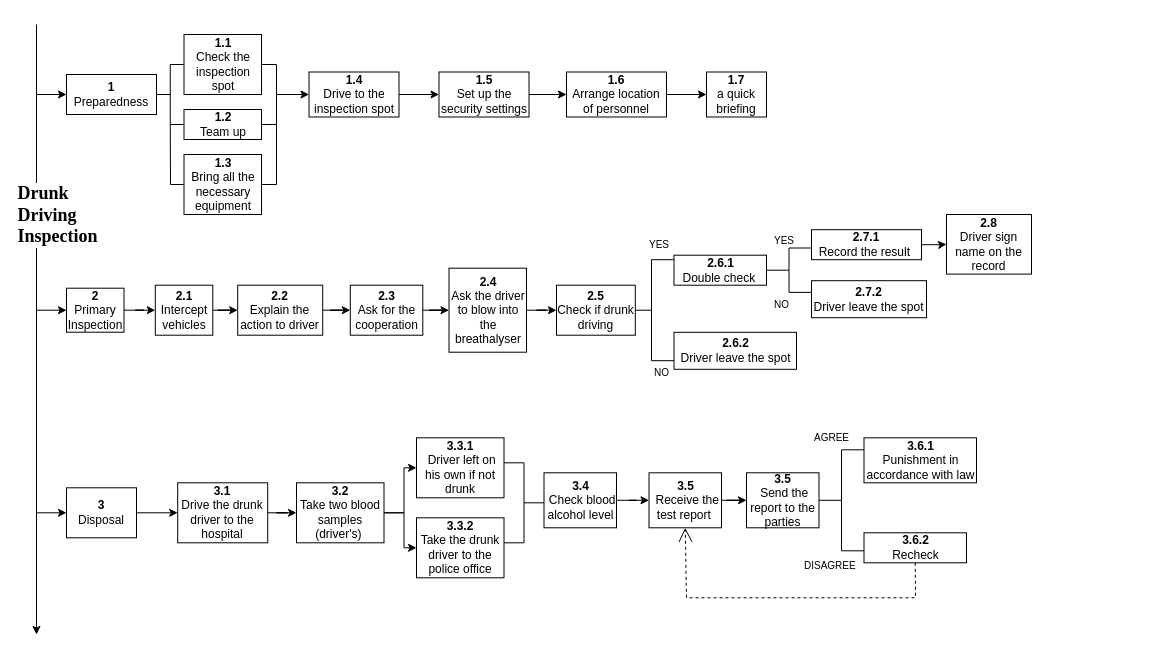
The draw.io diagram page "drunk" (1 of 6) of HTA_serious.drawio in PsychDuan/InfoVisual, before the edit. Source tidied: cells renumbered, new cells numbered last; positions are measured from the earlier drawing's top-left corner, leaving out a move shared by most shapes. Both pictures are drawn from the tidied source at 100%, with x=0, y=0 at pixel (36, 24).
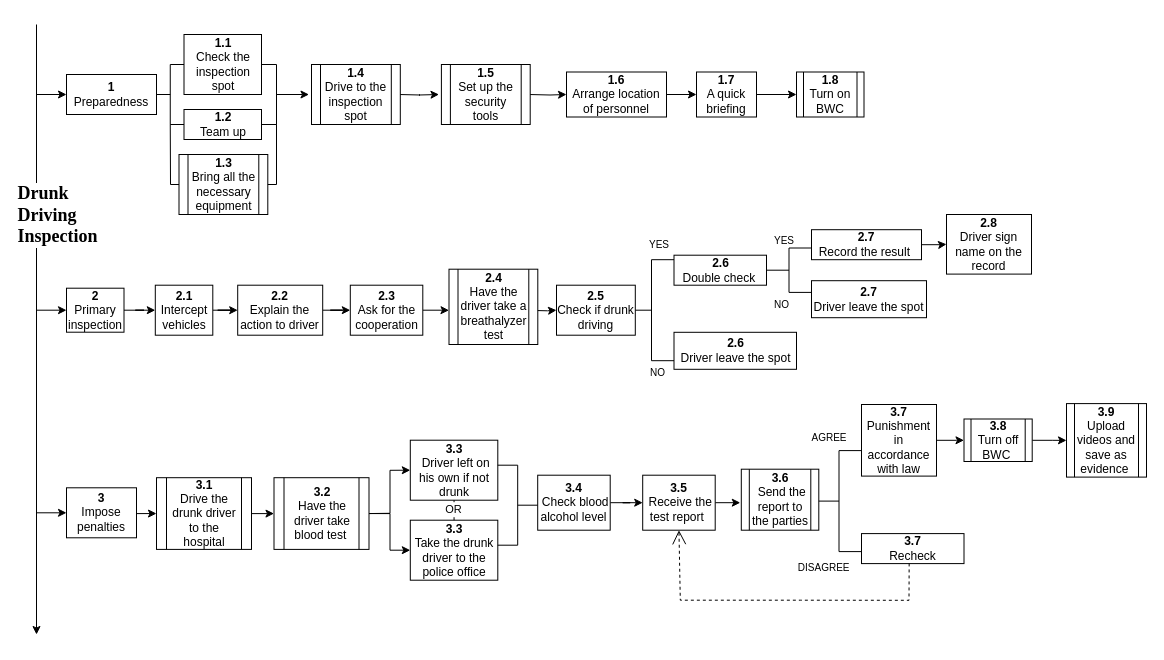
Above is the later version.

Unchanged cells that the change refers to:
```xml
<mxCell id="33" style="strokeWidth=1;html=1;shape=mxgraph.flowchart.annotation_2;align=left;labelPosition=right;" parent="1" vertex="1">
  <mxGeometry x="120" y="40" width="27.5" height="60" as="geometry" />
</mxCell>
<mxCell id="34" value="&lt;b&gt;1.1&lt;/b&gt;&lt;br&gt;Check the inspection spot" style="whiteSpace=wrap;html=1;rounded=0;" parent="1" vertex="1">
  <mxGeometry x="147.5" y="10" width="77.5" height="60" as="geometry" />
</mxCell>
<mxCell id="35" value="&lt;b&gt;1.2&lt;/b&gt;&lt;br&gt;Team up" style="whiteSpace=wrap;html=1;rounded=0;" parent="1" vertex="1">
  <mxGeometry x="147.5" y="85" width="77.5" height="30" as="geometry" />
</mxCell>
<mxCell id="41" value="&lt;b&gt;1.6&lt;/b&gt;&lt;br&gt;Arrange location of personnel" style="whiteSpace=wrap;html=1;rounded=0;" parent="1" vertex="1">
  <mxGeometry x="530" y="47.5" width="100" height="45" as="geometry" />
</mxCell>
<mxCell id="46" value="&lt;b&gt;2.3&lt;/b&gt;&lt;br&gt;Ask for the cooperation" style="rounded=0;whiteSpace=wrap;html=1;" parent="1" vertex="1">
  <mxGeometry x="313.8" y="260.7" width="72.5" height="50" as="geometry" />
</mxCell>
<mxCell id="49" value="&lt;b&gt;2.5&lt;/b&gt;&lt;br&gt;Check if drunk driving" style="rounded=0;whiteSpace=wrap;html=1;" parent="1" vertex="1">
  <mxGeometry x="520" y="260.7" width="78.8" height="50" as="geometry" />
</mxCell>
```

Change to the diagram source:
```diff
@@
-    <mxCell id="7" value="&lt;b&gt;1.3&lt;/b&gt;&lt;br&gt;Bring all the necessary equipment" style="whiteSpace=wrap;html=1;rounded=0;" parent="1" vertex="1">
-      <mxGeometry x="147.5" y="130" width="77.5" height="60" as="geometry" />
-    </mxCell>
-    <mxCell id="8" style="edgeStyle=orthogonalEdgeStyle;rounded=0;jettySize=auto;html=1;" parent="1" edge="1" source="9" target="39">
-      <mxGeometry relative="1" as="geometry" />
+    <mxCell id="8" style="edgeStyle=orthogonalEdgeStyle;rounded=0;orthogonalLoop=1;jettySize=auto;html=1;" parent="1" edge="1">
+      <mxGeometry relative="1" as="geometry">
+        <mxPoint x="362.5" y="70" as="sourcePoint" />
+        <mxPoint x="402.5" y="70" as="targetPoint" />
+      </mxGeometry>
     </mxCell>
-    <mxCell id="9" value="&lt;b&gt;1.4&lt;/b&gt;&lt;br&gt;Drive to the inspection spot" style="whiteSpace=wrap;html=1;rounded=0;" parent="1" vertex="1">
-      <mxGeometry x="272.5" y="47.5" width="90" height="45" as="geometry" />
-    </mxCell>
-    <mxCell id="10" value="&lt;b&gt;2&lt;br&gt;&lt;/b&gt;Primary&lt;br&gt;Inspection" style="whiteSpace=wrap;html=1;rounded=0;" parent="1" vertex="1">
+    <mxCell id="10" value="&lt;b&gt;2&lt;br&gt;&lt;/b&gt;Primary&lt;br&gt;inspection" style="whiteSpace=wrap;html=1;rounded=0;" parent="1" vertex="1">
       <mxGeometry x="30" y="263.7" width="57.5" height="44" as="geometry" />
     </mxCell>
@@
-    <mxCell id="12" style="edgeStyle=orthogonalEdgeStyle;rounded=0;jettySize=auto;html=1;" parent="1" edge="1" source="13" target="18">
-      <mxGeometry relative="1" as="geometry" />
-    </mxCell>
-    <mxCell id="13" value="&lt;b&gt;3&lt;/b&gt;&lt;br&gt;Disposal" style="rounded=0;whiteSpace=wrap;html=1;" parent="1" vertex="1">
+    <mxCell id="13" value="&lt;b&gt;3&lt;/b&gt;&lt;br&gt;Impose penalties" style="rounded=0;whiteSpace=wrap;html=1;" parent="1" vertex="1">
       <mxGeometry x="30" y="463.3" width="70" height="50" as="geometry" />
     </mxCell>
@@
-    <mxCell id="16" value="&lt;b&gt;2.6.1&lt;/b&gt;&lt;br&gt;Double check&amp;nbsp;" style="rounded=0;whiteSpace=wrap;html=1;" parent="1" vertex="1">
+    <mxCell id="16" value="&lt;b&gt;2.6&lt;/b&gt;&lt;br&gt;Double check&amp;nbsp;" style="rounded=0;whiteSpace=wrap;html=1;" parent="1" vertex="1">
       <mxGeometry x="637.5" y="230.7" width="92.5" height="30" as="geometry" />
     </mxCell>
-    <mxCell id="17" style="edgeStyle=orthogonalEdgeStyle;rounded=0;jettySize=auto;html=1;fontSize=10;" parent="1" edge="1" source="18" target="31">
-      <mxGeometry relative="1" as="geometry" />
+    <mxCell id="17" style="edgeStyle=orthogonalEdgeStyle;rounded=0;orthogonalLoop=1;jettySize=auto;html=1;fontSize=10;" parent="1" edge="1">
+      <mxGeometry relative="1" as="geometry">
+        <mxPoint x="208.8" y="489.1" as="sourcePoint" />
+        <mxPoint x="237.5" y="489.1" as="targetPoint" />
+      </mxGeometry>
     </mxCell>
-    <mxCell id="18" value="&lt;b&gt;3.1&lt;/b&gt;&lt;br&gt;Drive the drunk driver to the hospital" style="rounded=0;whiteSpace=wrap;html=1;" parent="1" vertex="1">
-      <mxGeometry x="141.2" y="458.3" width="90" height="60" as="geometry" />
-    </mxCell>
@@
     <mxCell id="25" style="shape=table;startSize=0;childLayout=tableLayout;rowLines=0;fontStyle=0;align=center;strokeColor=none;fillColor=none;" parent="1" vertex="1">
-      <mxGeometry x="570" y="335.4" width="70" height="25.3" as="geometry" />
+      <mxGeometry x="566" y="335.4" width="70" height="25.3" as="geometry" />
     </mxCell>
@@
-    <mxCell id="29" value="&lt;b&gt;2.6.2&lt;/b&gt;&lt;br&gt;Driver leave the spot" style="rounded=0;whiteSpace=wrap;html=1;" parent="1" vertex="1">
+    <mxCell id="29" value="&lt;b&gt;2.6&lt;/b&gt;&lt;br&gt;Driver leave the spot" style="rounded=0;whiteSpace=wrap;html=1;" parent="1" vertex="1">
       <mxGeometry x="637.5" y="307.8" width="122.5" height="37" as="geometry" />
     </mxCell>
-    <mxCell id="30" style="edgeStyle=orthogonalEdgeStyle;rounded=0;jettySize=auto;html=1;" parent="1" edge="1" source="31" target="63">
-      <mxGeometry relative="1" as="geometry" />
-    </mxCell>
-    <mxCell id="31" value="&lt;b&gt;3.2&lt;/b&gt;&lt;br&gt;Take two blood samples (driver's)&amp;nbsp;" style="rounded=0;whiteSpace=wrap;html=1;" parent="1" vertex="1">
-      <mxGeometry x="260" y="458.3" width="87.5" height="60" as="geometry" />
-    </mxCell>
-    <mxCell id="32" style="endArrow=classic;html=1;rounded=0;entryX=0;entryY=0.5;entryDx=0;entryDy=0;exitX=1;exitY=0.5;exitDx=0;exitDy=0;" parent="1" edge="1" source="35" target="9">
+    <mxCell id="32" style="endArrow=classic;html=1;rounded=0;entryX=0;entryY=0.5;entryDx=0;entryDy=0;exitX=1;exitY=0.5;exitDx=0;exitDy=0;" parent="1" edge="1" source="35">
       <mxGeometry relative="1" as="geometry">
+        <mxPoint x="272.5" y="70" as="targetPoint" />
         <Array as="points">
           <mxPoint x="240" y="100" />
           <mxPoint x="240" y="70" />
         </Array>
       </mxGeometry>
     </mxCell>
@@
-    <mxCell id="36" style="endArrow=none;html=1;rounded=0;entryX=0;entryY=0.5;entryDx=0;entryDy=0;exitX=0.5;exitY=1;exitDx=0;exitDy=0;exitPerimeter=0;" parent="1" edge="1" source="33" target="7">
+    <mxCell id="36" style="endArrow=none;html=1;rounded=0;entryX=0;entryY=0.5;entryDx=0;entryDy=0;exitX=0.5;exitY=1;exitDx=0;exitDy=0;exitPerimeter=0;" parent="1" edge="1" source="33">
       <mxGeometry relative="1" as="geometry">
+        <mxPoint x="147.5" y="160" as="targetPoint" />
         <Array as="points">
           <mxPoint x="134" y="160" />
         </Array>
       </mxGeometry>
     </mxCell>
-    <mxCell id="37" style="endArrow=none;html=1;rounded=0;exitX=1;exitY=0.5;exitDx=0;exitDy=0;entryX=1;entryY=0.5;entryDx=0;entryDy=0;" parent="1" edge="1" source="7" target="34">
+    <mxCell id="37" style="endArrow=none;html=1;rounded=0;exitX=1;exitY=0.5;exitDx=0;exitDy=0;entryX=1;entryY=0.5;entryDx=0;entryDy=0;" parent="1" edge="1" target="34">
       <mxGeometry relative="1" as="geometry">
+        <mxPoint x="225" y="160" as="sourcePoint" />
         <Array as="points">
           <mxPoint x="240" y="160" />
           <mxPoint x="240" y="100" />
           <mxPoint x="240" y="40" />
         </Array>
       </mxGeometry>
     </mxCell>
-    <mxCell id="38" style="edgeStyle=orthogonalEdgeStyle;rounded=0;jettySize=auto;html=1;" parent="1" edge="1" source="39" target="41">
-      <mxGeometry relative="1" as="geometry" />
+    <mxCell id="38" style="edgeStyle=orthogonalEdgeStyle;rounded=0;jettySize=auto;html=1;" parent="1" edge="1" target="41">
+      <mxGeometry relative="1" as="geometry">
+        <mxPoint x="492.5" y="70" as="sourcePoint" />
+      </mxGeometry>
     </mxCell>
-    <mxCell id="39" value="&lt;b&gt;1.5&lt;/b&gt;&lt;br&gt;Set up the security settings" style="whiteSpace=wrap;html=1;rounded=0;" parent="1" vertex="1">
-      <mxGeometry x="402.5" y="47.5" width="90" height="45" as="geometry" />
-    </mxCell>
@@
+    <mxCell id="84" style="edgeStyle=orthogonalEdgeStyle;rounded=0;jettySize=auto;html=1;" parent="1" edge="1" source="42" target="88">
+      <mxGeometry relative="1" as="geometry" />
+    </mxCell>
-    <mxCell id="42" value="&lt;b&gt;1.7&lt;/b&gt;&lt;br&gt;a quick briefing" style="whiteSpace=wrap;html=1;rounded=0;" parent="1" vertex="1">
-      <mxGeometry x="670" y="47.5" width="60" height="45" as="geometry" />
+    <mxCell id="42" value="&lt;b&gt;1.7&lt;/b&gt;&lt;br&gt;A quick briefing" style="whiteSpace=wrap;html=1;rounded=0;" parent="1" vertex="1">
+      <mxGeometry x="660" y="47.5" width="60" height="45" as="geometry" />
     </mxCell>
@@
-    <mxCell id="45" style="edgeStyle=orthogonalEdgeStyle;rounded=0;jettySize=auto;html=1;" parent="1" edge="1" source="46" target="48">
-      <mxGeometry relative="1" as="geometry" />
+    <mxCell id="45" style="edgeStyle=orthogonalEdgeStyle;rounded=0;jettySize=auto;html=1;" parent="1" edge="1" source="46">
+      <mxGeometry relative="1" as="geometry">
+        <mxPoint x="412.5" y="285.8" as="targetPoint" />
+      </mxGeometry>
     </mxCell>
@@
-    <mxCell id="47" style="edgeStyle=orthogonalEdgeStyle;rounded=0;jettySize=auto;html=1;" parent="1" edge="1" source="48" target="49">
-      <mxGeometry relative="1" as="geometry" />
+    <mxCell id="47" style="edgeStyle=orthogonalEdgeStyle;rounded=0;jettySize=auto;html=1;" parent="1" edge="1" target="49">
+      <mxGeometry relative="1" as="geometry">
+        <mxPoint x="490" y="285.8" as="sourcePoint" />
+      </mxGeometry>
     </mxCell>
-    <mxCell id="48" value="&lt;b&gt;2.4&lt;/b&gt;&lt;br&gt;Ask the driver to blow into the breathalyser" style="rounded=0;whiteSpace=wrap;html=1;" parent="1" vertex="1">
-      <mxGeometry x="412.5" y="243.7" width="77.5" height="84" as="geometry" />
-    </mxCell>
@@
-    <mxCell id="51" value="&lt;b&gt;2.7.1&lt;/b&gt;&lt;br&gt;Record the result&amp;nbsp;" style="rounded=0;whiteSpace=wrap;html=1;" parent="1" vertex="1">
+    <mxCell id="51" value="&lt;b&gt;2.7&lt;/b&gt;&lt;br&gt;Record the result&amp;nbsp;" style="rounded=0;whiteSpace=wrap;html=1;" parent="1" vertex="1">
       <mxGeometry x="775" y="205.2" width="110" height="30" as="geometry" />
     </mxCell>
@@
-    <mxCell id="62" value="&lt;b&gt;2.7.2&lt;/b&gt;&lt;br&gt;Driver leave the spot" style="rounded=0;whiteSpace=wrap;html=1;" parent="1" vertex="1">
+    <mxCell id="62" value="&lt;b&gt;2.7&lt;/b&gt;&lt;br&gt;Driver leave the spot" style="rounded=0;whiteSpace=wrap;html=1;" parent="1" vertex="1">
       <mxGeometry x="775" y="256.2" width="115" height="37" as="geometry" />
     </mxCell>
-    <mxCell id="63" value="&lt;b&gt;3.3.1&lt;/b&gt;&lt;br&gt;&amp;nbsp;Driver left on his own if not drunk" style="rounded=0;whiteSpace=wrap;html=1;" parent="1" vertex="1">
-      <mxGeometry x="380" y="413.3" width="87.5" height="60" as="geometry" />
+    <mxCell id="63" value="&lt;b&gt;3.3&lt;/b&gt;&lt;br&gt;&amp;nbsp;Driver left on his own if not drunk" style="rounded=0;whiteSpace=wrap;html=1;" parent="1" vertex="1">
+      <mxGeometry x="373.8" y="415.7" width="87.5" height="60" as="geometry" />
     </mxCell>
-    <mxCell id="64" value="&lt;b&gt;3.3.2&lt;/b&gt;&lt;br&gt;Take the drunk driver to the police office" style="rounded=0;whiteSpace=wrap;html=1;" parent="1" vertex="1">
-      <mxGeometry x="380" y="493.3" width="87.5" height="60" as="geometry" />
+    <mxCell id="64" value="&lt;b&gt;3.3&lt;/b&gt;&lt;br&gt;Take the drunk driver to the police office" style="rounded=0;whiteSpace=wrap;html=1;" parent="1" vertex="1">
+      <mxGeometry x="373.8" y="495.7" width="87.5" height="60" as="geometry" />
     </mxCell>
-    <mxCell id="65" style="edgeStyle=orthogonalEdgeStyle;rounded=0;jettySize=auto;html=1;entryX=0;entryY=0.5;entryDx=0;entryDy=0;exitX=1;exitY=0.5;exitDx=0;exitDy=0;" parent="1" edge="1" source="31" target="64">
-      <mxGeometry relative="1" as="geometry" />
+    <mxCell id="65" style="edgeStyle=orthogonalEdgeStyle;rounded=0;jettySize=auto;html=1;entryX=0;entryY=0.5;entryDx=0;entryDy=0;exitX=1;exitY=0.5;exitDx=0;exitDy=0;" parent="1" edge="1" source="89" target="64">
+      <mxGeometry relative="1" as="geometry">
+        <Array as="points">
+          <mxPoint x="353.5" y="488.8" />
+          <mxPoint x="353.5" y="525.8" />
+        </Array>
+      </mxGeometry>
     </mxCell>
@@
     <mxCell id="67" value="&lt;b&gt;3.4&lt;/b&gt;&lt;br&gt;&amp;nbsp;Check blood alcohol level" style="rounded=0;whiteSpace=wrap;html=1;" parent="1" vertex="1">
-      <mxGeometry x="507.5" y="448.3" width="72.5" height="55" as="geometry" />
+      <mxGeometry x="501.2" y="450.7" width="72.5" height="55" as="geometry" />
     </mxCell>
+    <mxCell id="85" style="edgeStyle=orthogonalEdgeStyle;rounded=0;jettySize=auto;html=1;" parent="1" edge="1" source="68" target="93">
+      <mxGeometry relative="1" as="geometry" />
+    </mxCell>
-    <mxCell id="68" value="&lt;b&gt;3.6.1&lt;/b&gt;&lt;br&gt;Punishment in accordance with law" style="rounded=0;whiteSpace=wrap;html=1;" parent="1" vertex="1">
-      <mxGeometry x="827.5" y="413.3" width="112.5" height="45" as="geometry" />
+    <mxCell id="68" value="&lt;b&gt;3.7&lt;/b&gt;&lt;br&gt;Punishment in accordance with law" style="rounded=0;whiteSpace=wrap;html=1;" parent="1" vertex="1">
+      <mxGeometry x="825" y="380" width="75" height="71.6" as="geometry" />
     </mxCell>
     <mxCell id="69" style="strokeWidth=1;html=1;shape=mxgraph.flowchart.annotation_2;align=left;labelPosition=right;rotation=-180;" parent="1" vertex="1">
-      <mxGeometry x="467.5" y="438.3" width="40" height="80" as="geometry" />
+      <mxGeometry x="461.2" y="440.7" width="40" height="80" as="geometry" />
     </mxCell>
-    <mxCell id="70" style="edgeStyle=orthogonalEdgeStyle;rounded=0;jettySize=auto;html=1;" parent="1" edge="1" source="71" target="72">
-      <mxGeometry relative="1" as="geometry" />
+    <mxCell id="70" style="edgeStyle=orthogonalEdgeStyle;rounded=0;jettySize=auto;html=1;" parent="1" edge="1" source="71">
+      <mxGeometry relative="1" as="geometry">
+        <mxPoint x="703.8" y="478.2" as="targetPoint" />
+      </mxGeometry>
     </mxCell>
     <mxCell id="71" value="&lt;b&gt;3.5&lt;/b&gt;&lt;br&gt;&amp;nbsp;Receive the test report&amp;nbsp;" style="rounded=0;whiteSpace=wrap;html=1;" parent="1" vertex="1">
-      <mxGeometry x="612.5" y="448.3" width="72.5" height="55" as="geometry" />
+      <mxGeometry x="606.2" y="450.7" width="72.5" height="55" as="geometry" />
     </mxCell>
-    <mxCell id="72" value="&lt;b&gt;3.5&lt;/b&gt;&lt;br&gt;&amp;nbsp;Send the report to the parties" style="rounded=0;whiteSpace=wrap;html=1;" parent="1" vertex="1">
-      <mxGeometry x="710" y="448.3" width="72.5" height="55" as="geometry" />
-    </mxCell>
     <mxCell id="73" style="strokeWidth=1;html=1;shape=mxgraph.flowchart.annotation_2;align=left;labelPosition=right;" parent="1" vertex="1">
-      <mxGeometry x="782.5" y="425.3" width="45" height="101" as="geometry" />
+      <mxGeometry x="780" y="426.1" width="45" height="101" as="geometry" />
     </mxCell>
     <mxCell id="74" style="shape=table;startSize=0;childLayout=tableLayout;rowLines=0;fontStyle=0;align=center;strokeColor=none;fillColor=none;" parent="1" vertex="1">
-      <mxGeometry x="730" y="400" width="110" height="25.3" as="geometry" />
+      <mxGeometry x="727.5" y="400.8" width="110" height="25.3" as="geometry" />
     </mxCell>
@@
-    <mxCell id="78" value="&lt;b&gt;3.6.2&lt;/b&gt;&lt;br&gt;Recheck" style="rounded=0;whiteSpace=wrap;html=1;" parent="1" vertex="1">
-      <mxGeometry x="827.5" y="508.3" width="102.5" height="30" as="geometry" />
+    <mxCell id="78" value="&lt;b&gt;3.7&lt;/b&gt;&lt;br&gt;Recheck" style="rounded=0;whiteSpace=wrap;html=1;" parent="1" vertex="1">
+      <mxGeometry x="825" y="509.1" width="102.5" height="30" as="geometry" />
     </mxCell>
     <mxCell id="79" style="shape=table;startSize=0;childLayout=tableLayout;rowLines=0;fontStyle=0;align=center;strokeColor=none;fillColor=none;" parent="1" vertex="1">
-      <mxGeometry x="740" y="528" width="110" height="25.3" as="geometry" />
+      <mxGeometry x="733.8" y="530.5" width="110" height="25.3" as="geometry" />
     </mxCell>
@@
-    <mxCell id="83" style="endArrow=open;endFill=1;endSize=12;html=1;rounded=0;dashed=1;exitX=0.5;exitY=1;exitDx=0;exitDy=0;entryX=0.5;entryY=1;entryDx=0;entryDy=0;" parent="1" edge="1" source="78" target="71">
+    <mxCell id="83" style="endArrow=open;endFill=1;endSize=12;html=1;rounded=0;dashed=1;exitX=0.465;exitY=0.995;exitDx=0;exitDy=0;entryX=0.5;entryY=1;entryDx=0;entryDy=0;exitPerimeter=0;" parent="1" edge="1" source="78" target="71">
       <mxGeometry relative="1" as="geometry">
         <Array as="points">
-          <mxPoint x="879" y="573.3" />
-          <mxPoint x="770" y="573.3" />
-          <mxPoint x="650" y="573.3" />
+          <mxPoint x="872.5" y="575.8" />
+          <mxPoint x="763.8" y="575.7" />
+          <mxPoint x="643.8" y="575.7" />
         </Array>
       </mxGeometry>
     </mxCell>
+    <mxCell id="7" value="&lt;b&gt;1.3&lt;/b&gt;&lt;br&gt;&lt;span&gt;Bring all the necessary equipment&lt;/span&gt;" style="shape=process;whiteSpace=wrap;html=1;backgroundOutline=1;strokeColor=#000000;fillColor=#FFFFFF;" parent="1" vertex="1">
+      <mxGeometry x="142.5" y="130" width="88.8" height="60" as="geometry" />
+    </mxCell>
+    <mxCell id="9" value="&lt;b&gt;1.4&lt;/b&gt;&lt;br&gt;Drive to the inspection spot" style="shape=process;whiteSpace=wrap;html=1;backgroundOutline=1;strokeColor=#000000;fillColor=#FFFFFF;" parent="1" vertex="1">
+      <mxGeometry x="275" y="40" width="88.8" height="60" as="geometry" />
+    </mxCell>
+    <mxCell id="86" value="&lt;b&gt;1.5&lt;/b&gt;&lt;br&gt;Set up the security tools" style="shape=process;whiteSpace=wrap;html=1;backgroundOutline=1;strokeColor=#000000;fillColor=#FFFFFF;" parent="1" vertex="1">
+      <mxGeometry x="404.9" y="40" width="88.8" height="60" as="geometry" />
+    </mxCell>
+    <mxCell id="87" value="&lt;b&gt;2.4&lt;/b&gt;&lt;br&gt;Have the driver take a breathalyzer test" style="shape=process;whiteSpace=wrap;html=1;backgroundOutline=1;strokeColor=#000000;fillColor=#FFFFFF;" parent="1" vertex="1">
+      <mxGeometry x="412.5" y="244.7" width="88.8" height="75.3" as="geometry" />
+    </mxCell>
+    <mxCell id="88" value="&lt;b&gt;1.8&lt;/b&gt;&lt;br&gt;Turn on BWC" style="shape=process;whiteSpace=wrap;html=1;backgroundOutline=1;strokeColor=#000000;fillColor=#FFFFFF;" parent="1" vertex="1">
+      <mxGeometry x="760" y="47.5" width="67.5" height="45" as="geometry" />
+    </mxCell>
+    <mxCell id="18" value="&lt;b&gt;3.1&lt;/b&gt;&lt;br&gt;&lt;span&gt;Drive the drunk driver to the hospital&lt;/span&gt;" style="shape=process;whiteSpace=wrap;html=1;backgroundOutline=1;strokeColor=#000000;fillColor=#FFFFFF;" parent="1" vertex="1">
+      <mxGeometry x="120" y="453.2" width="95" height="71.7" as="geometry" />
+    </mxCell>
+    <mxCell id="89" value="&lt;b&gt;3.2&lt;/b&gt;&lt;br&gt;Have the driver take blood test&amp;nbsp;" style="shape=process;whiteSpace=wrap;html=1;backgroundOutline=1;strokeColor=#000000;fillColor=#FFFFFF;" parent="1" vertex="1">
+      <mxGeometry x="237.5" y="453.2" width="95" height="71.7" as="geometry" />
+    </mxCell>
+    <mxCell id="90" style="endArrow=classic;html=1;rounded=0;entryX=0;entryY=0.5;entryDx=0;entryDy=0;exitX=1;exitY=0.5;exitDx=0;exitDy=0;" parent="1" edge="1" source="89" target="63">
+      <mxGeometry relative="1" as="geometry">
+        <Array as="points">
+          <mxPoint x="353.5" y="488.8" />
+          <mxPoint x="353.5" y="445.8" />
+        </Array>
+      </mxGeometry>
+    </mxCell>
+    <mxCell id="91" value="&lt;b&gt;3.6&lt;/b&gt;&lt;br&gt;&lt;span&gt;&amp;nbsp;Send the report to the parties&lt;/span&gt;" style="shape=process;whiteSpace=wrap;html=1;backgroundOutline=1;strokeColor=#000000;fillColor=#FFFFFF;" parent="1" vertex="1">
+      <mxGeometry x="704.8" y="444.7" width="77.5" height="61" as="geometry" />
+    </mxCell>
+    <mxCell id="92" style="edgeStyle=orthogonalEdgeStyle;rounded=0;jettySize=auto;html=1;" parent="1" edge="1" source="93" target="94">
+      <mxGeometry relative="1" as="geometry" />
+    </mxCell>
+    <mxCell id="93" value="&lt;b&gt;3.8&lt;/b&gt;&lt;br&gt;Turn off BWC&amp;nbsp;" style="shape=process;whiteSpace=wrap;html=1;backgroundOutline=1;strokeColor=#000000;fillColor=#FFFFFF;" parent="1" vertex="1">
+      <mxGeometry x="927.5" y="394.5" width="68.2" height="42.5" as="geometry" />
+    </mxCell>
+    <mxCell id="12" style="endArrow=classic;html=1;rounded=0;entryX=0;entryY=0.5;entryDx=0;entryDy=0;exitX=1;exitY=0.516;exitDx=0;exitDy=0;exitPerimeter=0;" parent="1" edge="1" source="13" target="18">
+      <mxGeometry relative="1" as="geometry" />
+    </mxCell>
+    <mxCell id="94" value="&lt;b&gt;3.9&lt;/b&gt;&lt;br&gt;Upload videos and save as evidence&amp;nbsp;" style="shape=process;whiteSpace=wrap;html=1;backgroundOutline=1;strokeColor=#000000;fillColor=#FFFFFF;" parent="1" vertex="1">
+      <mxGeometry x="1030" y="379.1" width="80" height="73.5" as="geometry" />
+    </mxCell>
+    <mxCell id="95" style="endArrow=none;dashed=1;html=1;rounded=0;entryX=0.5;entryY=1;entryDx=0;entryDy=0;exitX=0.5;exitY=0;exitDx=0;exitDy=0;" parent="1" edge="1" source="64" target="63">
+      <mxGeometry relative="1" as="geometry" />
+    </mxCell>
+    <mxCell id="96" value="OR" style="edgeLabel;html=1;align=center;verticalAlign=middle;" parent="95" vertex="1">
+      <mxGeometry x="0.09" y="1" relative="1" as="geometry" />
+    </mxCell>
```
